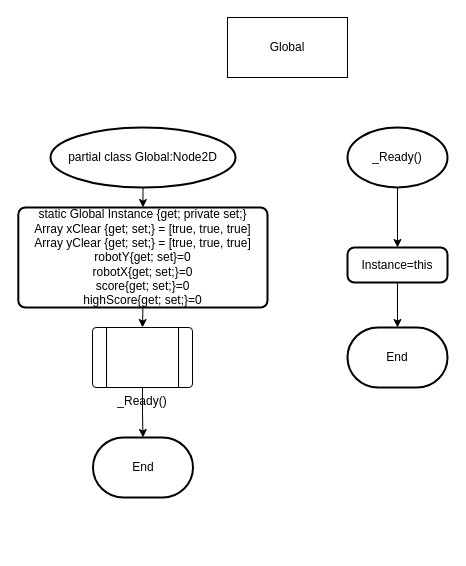
Above: whack-a-robot/Global/global flowchart.drawio in BHASVIC-Kasper25/Whack-a-Robot (draw.io), before the change. Source tidied: cells renumbered, new cells numbered last; positions are measured from the earlier drawing's top-left corner, leaving out a move shared by most shapes. Both pictures are drawn from the tidied source at 100%, with x=0, y=0 at pixel (18, 17).
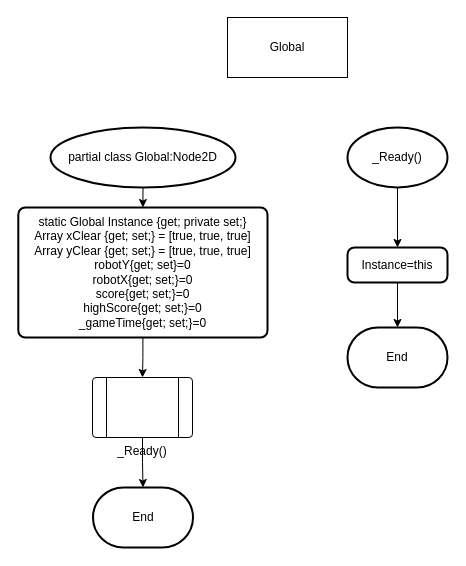
The same page after the edit.

What changed in the source:
```diff
@@
 <mxGraphModel>
   <root>
     <mxCell id="0" />
     <mxCell id="1" parent="0" />
     <mxCell id="2" value="Global" style="rounded=0;whiteSpace=wrap;html=1;" parent="1" vertex="1">
       <mxGeometry x="209" width="120" height="60" as="geometry" />
     </mxCell>
     <mxCell id="3" style="edgeStyle=orthogonalEdgeStyle;rounded=0;jettySize=auto;html=1;exitX=0.5;exitY=1;exitDx=0;exitDy=0;exitPerimeter=0;entryX=0.5;entryY=0;entryDx=0;entryDy=0;" parent="1" edge="1" source="4" target="6">
       <mxGeometry relative="1" as="geometry" />
     </mxCell>
     <mxCell id="4" value="partial class Global:Node2D" style="strokeWidth=2;html=1;shape=mxgraph.flowchart.start_1;whiteSpace=wrap;" parent="1" vertex="1">
       <mxGeometry x="32" y="110" width="185" height="60" as="geometry" />
     </mxCell>
     <mxCell id="5" style="edgeStyle=orthogonalEdgeStyle;rounded=0;jettySize=auto;html=1;exitX=0.5;exitY=1;exitDx=0;exitDy=0;entryX=0.5;entryY=0;entryDx=0;entryDy=0;" parent="1" edge="1" source="6" target="8">
       <mxGeometry relative="1" as="geometry" />
     </mxCell>
-    <mxCell id="6" value="static Global Instance {get; private set;}&lt;div&gt;&lt;div&gt;Array xClear {get; set;} = [true, true, true]&lt;/div&gt;&lt;div&gt;Array yClear&amp;nbsp;&lt;span style=&quot;background-color: transparent; color: light-dark(rgb(0, 0, 0), rgb(255, 255, 255));&quot;&gt;{get; set;}&lt;/span&gt;&lt;span style=&quot;background-color: transparent; color: light-dark(rgb(0, 0, 0), rgb(255, 255, 255));&quot;&gt;&amp;nbsp;= [true, true, true]&lt;/span&gt;&lt;/div&gt;&lt;div&gt;robotY{get; set}=0&lt;/div&gt;&lt;/div&gt;&lt;div&gt;robotX{get; set;}=0&lt;/div&gt;&lt;div&gt;score{get; set;}=0&lt;/div&gt;&lt;div&gt;highScore{get; set;}=0&lt;/div&gt;" style="rounded=1;whiteSpace=wrap;html=1;absoluteArcSize=1;arcSize=14;strokeWidth=2;" parent="1" vertex="1">
-      <mxGeometry x="-0.2" y="190" width="249.2" height="100" as="geometry" />
+    <mxCell id="6" value="static Global Instance {get; private set;}&lt;div&gt;&lt;div&gt;Array xClear {get; set;} = [true, true, true]&lt;/div&gt;&lt;div&gt;Array yClear&amp;nbsp;&lt;span style=&quot;background-color: transparent; color: light-dark(rgb(0, 0, 0), rgb(255, 255, 255));&quot;&gt;{get; set;}&lt;/span&gt;&lt;span style=&quot;background-color: transparent; color: light-dark(rgb(0, 0, 0), rgb(255, 255, 255));&quot;&gt;&amp;nbsp;= [true, true, true]&lt;/span&gt;&lt;/div&gt;&lt;div&gt;robotY{get; set}=0&lt;/div&gt;&lt;/div&gt;&lt;div&gt;robotX{get; set;}=0&lt;/div&gt;&lt;div&gt;score{get; set;}=0&lt;/div&gt;&lt;div&gt;highScore{get; set;}=0&lt;/div&gt;&lt;div&gt;_gameTime{get; set;}=0&lt;/div&gt;" style="rounded=1;whiteSpace=wrap;html=1;absoluteArcSize=1;arcSize=14;strokeWidth=2;" parent="1" vertex="1">
+      <mxGeometry x="-0.2" y="190" width="249.2" height="130" as="geometry" />
     </mxCell>
     <mxCell id="7" style="edgeStyle=orthogonalEdgeStyle;rounded=0;jettySize=auto;html=1;exitX=0.5;exitY=1;exitDx=0;exitDy=0;" parent="1" edge="1" source="8" target="12">
       <mxGeometry relative="1" as="geometry" />
     </mxCell>
     <mxCell id="8" value="_Ready()" style="verticalLabelPosition=bottom;verticalAlign=top;html=1;shape=process;whiteSpace=wrap;rounded=1;size=0.14;arcSize=6;" parent="1" vertex="1">
-      <mxGeometry x="74" y="310" width="100" height="60" as="geometry" />
+      <mxGeometry x="74" y="360" width="100" height="60" as="geometry" />
     </mxCell>
     <mxCell id="9" style="edgeStyle=orthogonalEdgeStyle;rounded=0;jettySize=auto;html=1;exitX=0.5;exitY=1;exitDx=0;exitDy=0;exitPerimeter=0;entryX=0.5;entryY=0;entryDx=0;entryDy=0;" parent="1" edge="1" source="10" target="11">
       <mxGeometry relative="1" as="geometry" />
     </mxCell>
     <mxCell id="10" value="_Ready()" style="strokeWidth=2;html=1;shape=mxgraph.flowchart.start_1;whiteSpace=wrap;" parent="1" vertex="1">
       <mxGeometry x="329" y="110" width="100" height="60" as="geometry" />
     </mxCell>
     <mxCell id="11" value="Instance=this" style="rounded=1;whiteSpace=wrap;html=1;absoluteArcSize=1;arcSize=14;strokeWidth=2;" parent="1" vertex="1">
       <mxGeometry x="329" y="230" width="100" height="35" as="geometry" />
     </mxCell>
     <mxCell id="12" value="End" style="strokeWidth=2;html=1;shape=mxgraph.flowchart.terminator;whiteSpace=wrap;" parent="1" vertex="1">
-      <mxGeometry x="74.5" y="420" width="100" height="60" as="geometry" />
+      <mxGeometry x="74.5" y="470" width="100" height="60" as="geometry" />
     </mxCell>
     <mxCell id="13" value="End" style="strokeWidth=2;html=1;shape=mxgraph.flowchart.terminator;whiteSpace=wrap;" parent="1" vertex="1">
       <mxGeometry x="329" y="310" width="100" height="60" as="geometry" />
     </mxCell>
     <mxCell id="14" style="edgeStyle=orthogonalEdgeStyle;rounded=0;jettySize=auto;html=1;exitX=0.5;exitY=1;exitDx=0;exitDy=0;entryX=0.5;entryY=0;entryDx=0;entryDy=0;entryPerimeter=0;" parent="1" edge="1" source="11" target="13">
       <mxGeometry relative="1" as="geometry" />
     </mxCell>
   </root>
 </mxGraphModel>
```
